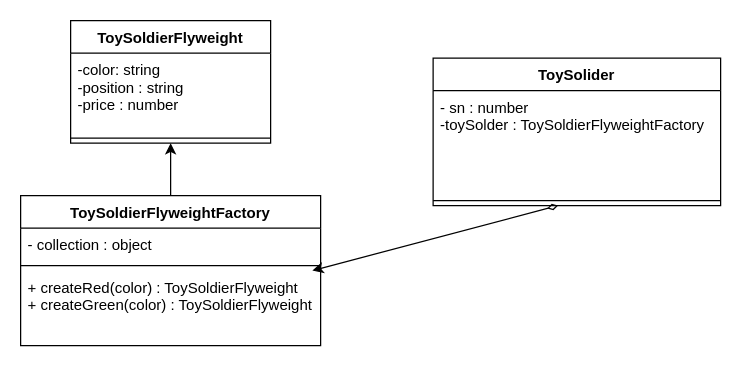
danil-jpg/MyPatterns keeps this draw.io diagram as Structural/Flyweight/flyweight.drawio. Above is the earlier version. Source tidied: cells renumbered, new cells numbered last; positions are measured from the earlier drawing's top-left corner, leaving out a move shared by most shapes. Both pictures are drawn from the tidied source at 125%, with x=0, y=0 at pixel (20, 20).
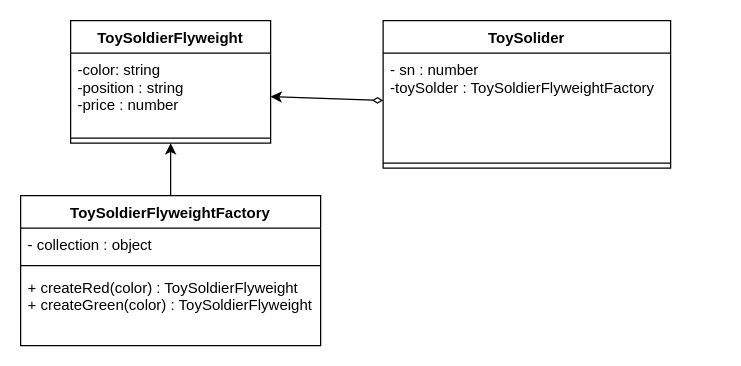
The same page after the edit.

The edit, as a diff of the source:
```diff
@@
 <mxGraphModel>
   <root>
     <mxCell id="0" />
     <mxCell id="1" parent="0" />
     <mxCell id="2" value="ToySolider" style="swimlane;fontStyle=1;align=center;verticalAlign=top;horizontal=1;startSize=26;" parent="1" vertex="1">
-      <mxGeometry x="330" y="30" width="230" height="118" as="geometry" />
+      <mxGeometry x="290" width="230" height="118" as="geometry" />
     </mxCell>
     <mxCell id="3" value="- sn : number&#10;-toySolder : ToySoldierFlyweightFactory" style="text;strokeColor=none;fillColor=none;align=left;verticalAlign=top;spacingLeft=4;spacingRight=4;overflow=hidden;points=[[0,0.5],[1,0.5]];portConstraint=eastwest;" parent="2" vertex="1">
       <mxGeometry y="26" width="230" height="84" as="geometry" />
     </mxCell>
     <mxCell id="4" style="line;strokeWidth=1;fillColor=none;align=left;verticalAlign=middle;spacingTop=-1;spacingLeft=3;spacingRight=3;labelPosition=right;points=[];portConstraint=eastwest;" parent="2" vertex="1">
       <mxGeometry y="110" width="230" height="8" as="geometry" />
     </mxCell>
     <mxCell id="5" style="edgeStyle=none;html=1;entryX=0.5;entryY=1;entryDx=0;entryDy=0;" parent="1" edge="1" source="6" target="10">
       <mxGeometry relative="1" as="geometry" />
     </mxCell>
     <mxCell id="6" value="ToySoldierFlyweightFactory" style="swimlane;fontStyle=1;align=center;verticalAlign=top;horizontal=1;startSize=26;" parent="1" vertex="1">
       <mxGeometry y="140" width="240" height="120" as="geometry" />
     </mxCell>
     <mxCell id="7" value="- collection : object" style="text;strokeColor=none;fillColor=none;align=left;verticalAlign=top;spacingLeft=4;spacingRight=4;overflow=hidden;" parent="6" vertex="1">
       <mxGeometry y="26" width="240" height="26" as="geometry" />
     </mxCell>
     <mxCell id="8" style="line;strokeWidth=1;fillColor=none;align=left;verticalAlign=middle;spacingTop=-1;spacingLeft=3;spacingRight=3;labelPosition=right;" parent="6" vertex="1">
       <mxGeometry y="52" width="240" height="8" as="geometry" />
     </mxCell>
     <mxCell id="9" value="+ createRed(color) : ToySoldierFlyweight&#10;+ createGreen(color) : ToySoldierFlyweight" style="text;strokeColor=none;fillColor=none;align=left;verticalAlign=top;spacingLeft=4;spacingRight=4;overflow=hidden;points=[[0,0.5],[1,0.5]];portConstraint=eastwest;" parent="6" vertex="1">
       <mxGeometry y="60" width="240" height="60" as="geometry" />
     </mxCell>
     <mxCell id="10" value="ToySoldierFlyweight" style="swimlane;fontStyle=1;align=center;verticalAlign=top;horizontal=1;startSize=26;" parent="1" vertex="1">
       <mxGeometry x="40" width="160" height="98" as="geometry" />
     </mxCell>
     <mxCell id="11" value="-color: string&#10;-position : string&#10;-price : number" style="text;strokeColor=none;fillColor=none;align=left;verticalAlign=top;spacingLeft=4;spacingRight=4;overflow=hidden;points=[[0,0.5],[1,0.5]];portConstraint=eastwest;" parent="10" vertex="1">
       <mxGeometry y="26" width="160" height="64" as="geometry" />
     </mxCell>
     <mxCell id="12" style="line;strokeWidth=1;fillColor=none;align=left;verticalAlign=middle;spacingTop=-1;spacingLeft=3;spacingRight=3;labelPosition=right;" parent="10" vertex="1">
       <mxGeometry y="90" width="160" height="8" as="geometry" />
     </mxCell>
-    <mxCell id="13" style="edgeStyle=none;html=1;startArrow=classic;startFill=1;endArrow=diamondThin;endFill=0;" parent="1" edge="1" source="9" target="4">
-      <mxGeometry relative="1" as="geometry" />
-    </mxCell>
+    <mxCell id="14" style="edgeStyle=none;html=1;startArrow=diamondThin;startFill=0;" parent="1" edge="1" source="3" target="11">
+      <mxGeometry relative="1" as="geometry" />
+    </mxCell>
   </root>
 </mxGraphModel>
```
